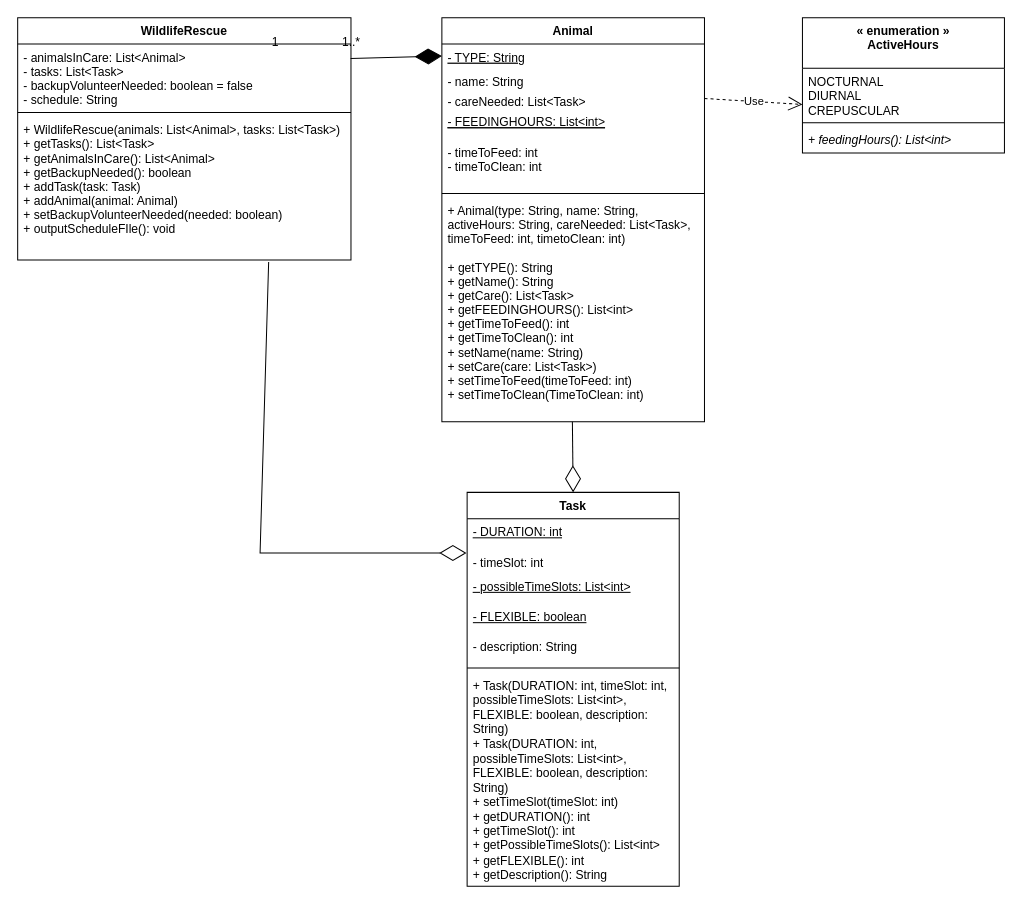
This is 64.drawio from aryan-karadia/Mock-Schedule-Builder, a draw.io file, before an edit. Source tidied: cells renumbered, new cells numbered last; positions are measured from the earlier drawing's top-left corner, leaving out a move shared by most shapes. Both pictures are drawn from the tidied source at 101%, with x=0, y=0 at pixel (17, 17).
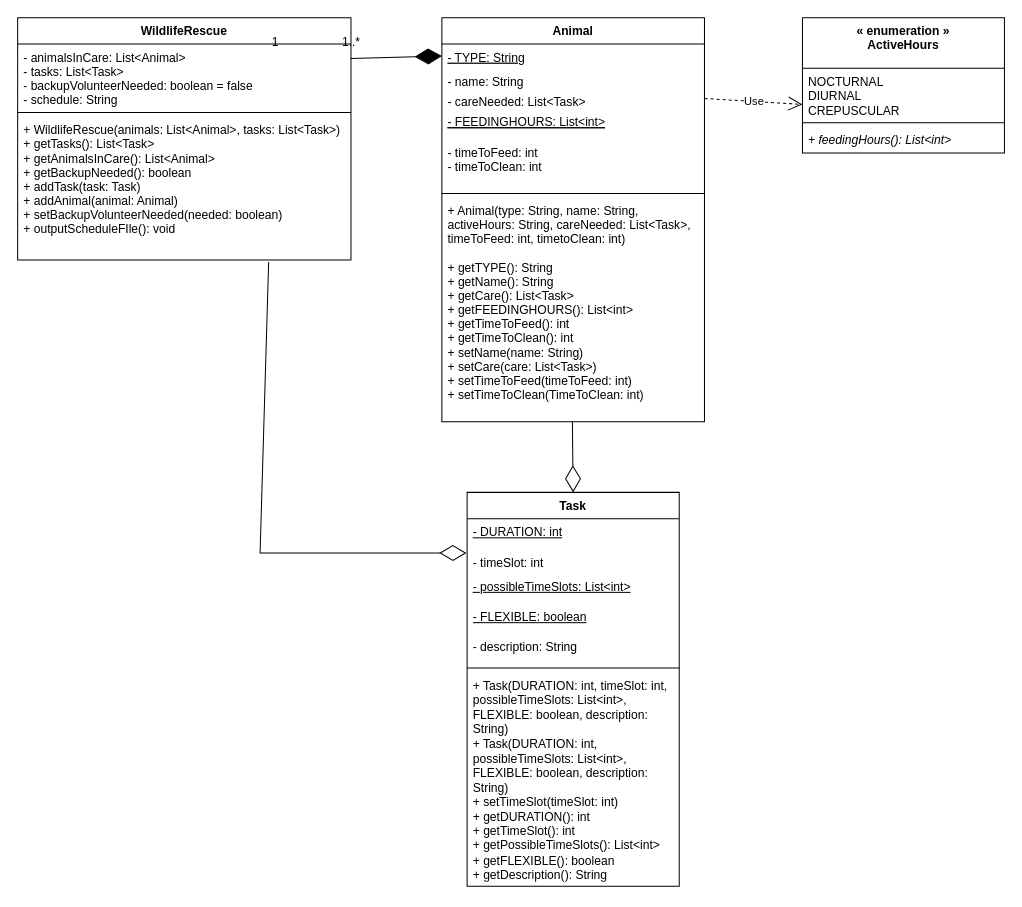
The same diagram, later.

Commit message:
getFLEXIBLE return type

Unchanged cells that the change refers to:
```xml
<mxCell id="20" value="Task" style="swimlane;fontStyle=1;align=center;verticalAlign=top;horizontal=1;startSize=26;whiteSpace=wrap;html=1;" parent="1" vertex="1">
  <mxGeometry x="445" y="470" width="210" height="390" as="geometry" />
</mxCell>
```

Diff of the diagram source:
```diff
@@
-    <mxCell id="27" value="+ Task(DURATION: int, timeSlot: int, possibleTimeSlots: List&amp;lt;int&amp;gt;, FLEXIBLE: boolean, description: String)&lt;br&gt;+ Task(DURATION: int, possibleTimeSlots: List&amp;lt;int&amp;gt;, FLEXIBLE: boolean, description: String)&lt;br&gt;+ setTimeSlot(timeSlot: int)&lt;br&gt;+ getDURATION(): int&lt;br&gt;+ getTimeSlot(): int&lt;br&gt;+ getPossibleTimeSlots(): List&amp;lt;int&amp;gt;&lt;br&gt;+ getFLEXIBLE(): int&lt;br&gt;+ getDescription(): String" style="text;strokeColor=none;fillColor=none;align=left;verticalAlign=top;spacingLeft=4;spacingRight=4;overflow=hidden;whiteSpace=wrap;html=1;" parent="20" vertex="1">
+    <mxCell id="27" value="+ Task(DURATION: int, timeSlot: int, possibleTimeSlots: List&amp;lt;int&amp;gt;, FLEXIBLE: boolean, description: String)&lt;br&gt;+ Task(DURATION: int, possibleTimeSlots: List&amp;lt;int&amp;gt;, FLEXIBLE: boolean, description: String)&lt;br&gt;+ setTimeSlot(timeSlot: int)&lt;br&gt;+ getDURATION(): int&lt;br&gt;+ getTimeSlot(): int&lt;br&gt;+ getPossibleTimeSlots(): List&amp;lt;int&amp;gt;&lt;br&gt;+ getFLEXIBLE(): boolean&lt;br&gt;+ getDescription(): String" style="text;strokeColor=none;fillColor=none;align=left;verticalAlign=top;spacingLeft=4;spacingRight=4;overflow=hidden;whiteSpace=wrap;html=1;" parent="20" vertex="1">
       <mxGeometry y="178" width="210" height="212" as="geometry" />
     </mxCell>
```
